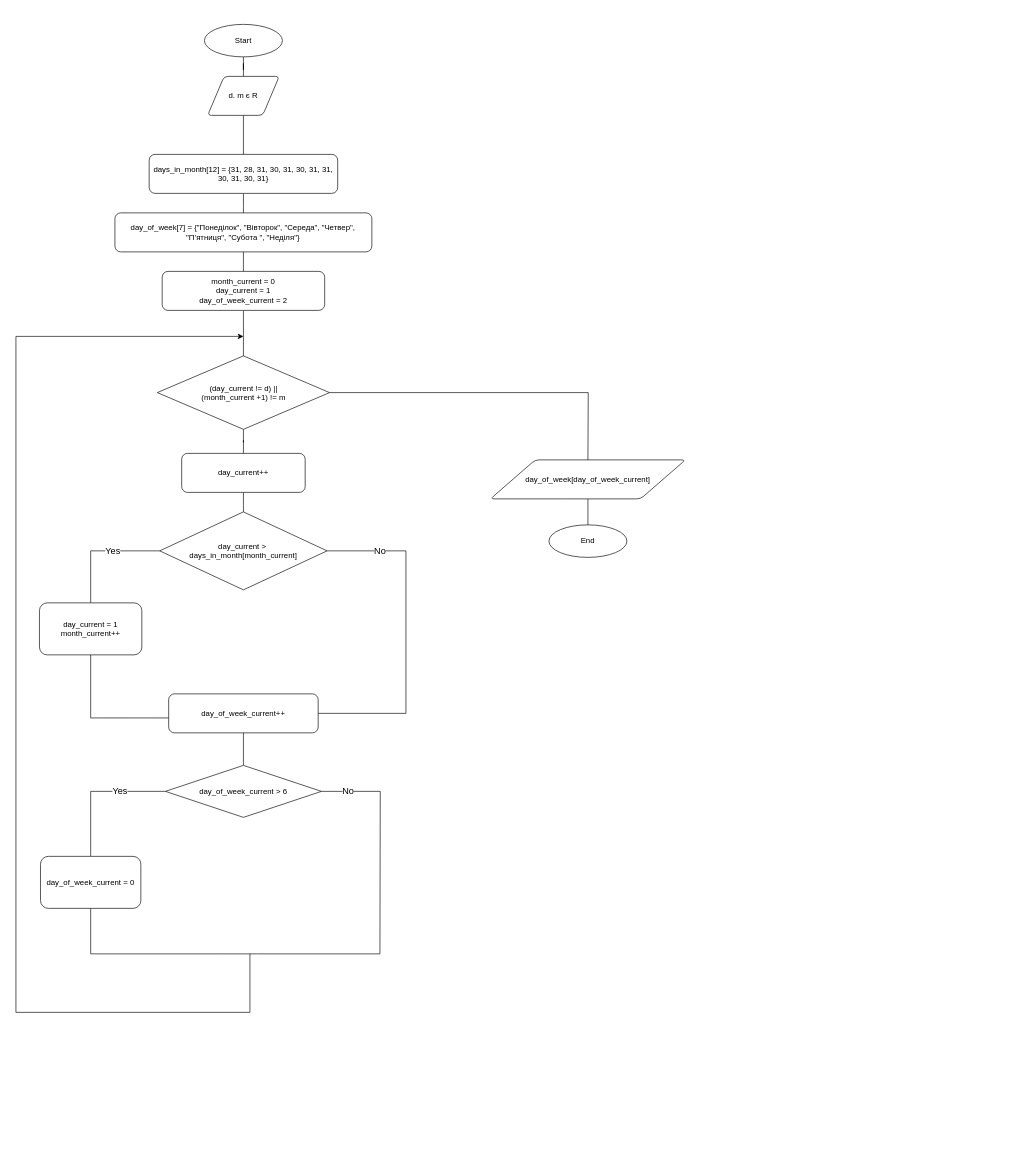
Earlier version of the draw.io diagram lab-1/Task_2/Diagram_2task.drawio (alevlon/ads-onasenko-kp12). Source tidied: cells renumbered, new cells numbered last; positions are measured from the earlier drawing's top-left corner, leaving out a move shared by most shapes. Both pictures are drawn from the tidied source at 65%, with x=0, y=0 at pixel (16, 24).
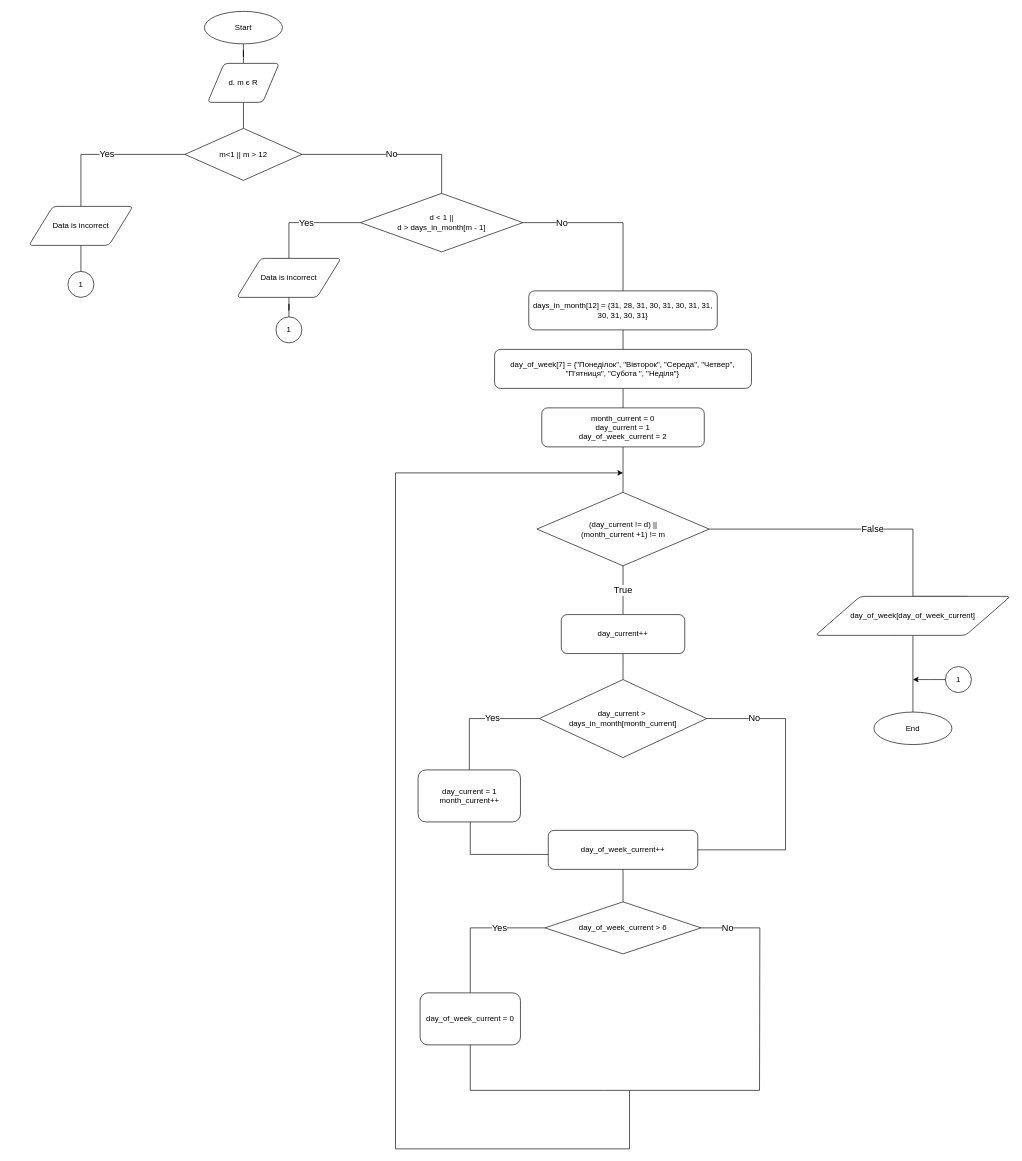
After the change.

What changed in the source:
```diff
@@
     <mxCell id="3" value="Start" style="ellipse;whiteSpace=wrap;html=1;" parent="1" vertex="1">
-      <mxGeometry x="290" width="120" height="50" as="geometry" />
+      <mxGeometry x="290" y="-20" width="120" height="50" as="geometry" />
     </mxCell>
-    <mxCell id="4" style="edgeStyle=orthogonalEdgeStyle;rounded=0;jettySize=auto;html=1;endArrow=none;endFill=0;" parent="1" edge="1" source="5" target="7">
-      <mxGeometry relative="1" as="geometry" />
-    </mxCell>
+    <mxCell id="37" style="edgeStyle=orthogonalEdgeStyle;rounded=0;jettySize=auto;html=1;endArrow=none;endFill=0;" parent="1" edge="1" source="5" target="40">
+      <mxGeometry relative="1" as="geometry" />
+    </mxCell>
     <mxCell id="5" value="d. m є R" style="shape=parallelogram;html=1;strokeWidth=1;perimeter=parallelogramPerimeter;whiteSpace=wrap;rounded=1;arcSize=12;size=0.23;" parent="1" vertex="1">
-      <mxGeometry x="295" y="80" width="110" height="60" as="geometry" />
+      <mxGeometry x="295" y="60" width="110" height="60" as="geometry" />
     </mxCell>
@@
     <mxCell id="7" value="days_in_month[12] = {31, 28, 31, 30, 31, 30, 31, 31, 30, 31, 30, 31}" style="rounded=1;whiteSpace=wrap;html=1;" parent="1" vertex="1">
-      <mxGeometry x="205" y="200" width="290" height="60" as="geometry" />
+      <mxGeometry x="789" y="410" width="290" height="60" as="geometry" />
     </mxCell>
@@
     <mxCell id="9" value="day_of_week[7] = {&quot;Понедiлок&quot;, &quot;Вiвторок&quot;, &quot;Середа&quot;, &quot;Четвер&quot;, &quot;П’ятниця&quot;, &quot;Субота &quot;, &quot;Недiля&quot;}" style="rounded=1;whiteSpace=wrap;html=1;" parent="1" vertex="1">
-      <mxGeometry x="152.3" y="290" width="395.3" height="60" as="geometry" />
+      <mxGeometry x="736.4" y="500" width="395.3" height="60" as="geometry" />
     </mxCell>
@@
     <mxCell id="11" value="month_current = 0&lt;br&gt;day_current = 1&lt;br&gt;day_of_week_current = 2" style="rounded=1;whiteSpace=wrap;html=1;" parent="1" vertex="1">
-      <mxGeometry x="225" y="380" width="250" height="60" as="geometry" />
+      <mxGeometry x="809" y="590" width="250" height="60" as="geometry" />
     </mxCell>
-    <mxCell id="12" style="edgeStyle=orthogonalEdgeStyle;rounded=0;jettySize=auto;html=1;endArrow=none;endFill=0;" parent="1" edge="1" source="14" target="16">
-      <mxGeometry relative="1" as="geometry" />
+    <mxCell id="12" value="&lt;font style=&quot;font-size: 14px&quot;&gt;True&lt;/font&gt;" style="edgeStyle=orthogonalEdgeStyle;rounded=0;jettySize=auto;html=1;endArrow=none;endFill=0;" parent="1" edge="1" source="14" target="16">
+      <mxGeometry relative="1" as="geometry">
+        <Array as="points">
+          <mxPoint x="934" y="858" />
+          <mxPoint x="934" y="858" />
+        </Array>
+      </mxGeometry>
     </mxCell>
-    <mxCell id="13" style="edgeStyle=orthogonalEdgeStyle;rounded=0;jettySize=auto;html=1;endArrow=none;endFill=0;" parent="1" edge="1" source="14">
+    <mxCell id="13" value="&lt;font style=&quot;font-size: 14px&quot;&gt;False&lt;/font&gt;" style="edgeStyle=orthogonalEdgeStyle;rounded=0;jettySize=auto;html=1;endArrow=none;endFill=0;" parent="1" edge="1" source="14">
       <mxGeometry relative="1" as="geometry">
-        <mxPoint x="880" y="670" as="targetPoint" />
+        <mxPoint x="1464" y="880" as="targetPoint" />
+        <Array as="points">
+          <mxPoint x="1380" y="777" />
+          <mxPoint x="1380" y="880" />
+        </Array>
       </mxGeometry>
     </mxCell>
     <mxCell id="14" value="(day_current != d) ||&lt;br&gt;(month_current +1) != m" style="rhombus;whiteSpace=wrap;html=1;" parent="1" vertex="1">
-      <mxGeometry x="217.5" y="510" width="265" height="113" as="geometry" />
+      <mxGeometry x="801.5" y="720" width="265" height="113" as="geometry" />
     </mxCell>
@@
     <mxCell id="16" value="day_current++" style="rounded=1;whiteSpace=wrap;html=1;" parent="1" vertex="1">
-      <mxGeometry x="255" y="660" width="190" height="60" as="geometry" />
+      <mxGeometry x="839" y="908" width="190" height="60" as="geometry" />
     </mxCell>
@@
     <mxCell id="18" value="&lt;font style=&quot;font-size: 14px&quot;&gt;No&lt;/font&gt;" style="edgeStyle=orthogonalEdgeStyle;rounded=0;jettySize=auto;html=1;endArrow=none;endFill=0;" parent="1" edge="1" source="19" target="23">
       <mxGeometry x="-0.68" relative="1" as="geometry">
         <Array as="points">
-          <mxPoint x="600" y="810" />
-          <mxPoint x="600" y="1060" />
+          <mxPoint x="1184" y="1068" />
+          <mxPoint x="1184" y="1270" />
         </Array>
       </mxGeometry>
     </mxCell>
     <mxCell id="19" value="day_current &amp;gt;&amp;nbsp;&lt;br&gt;days_in_month[month_current]" style="rhombus;whiteSpace=wrap;html=1;" parent="1" vertex="1">
-      <mxGeometry x="221.2" y="750" width="257.5" height="120" as="geometry" />
+      <mxGeometry x="805.2" y="1008" width="257.5" height="120" as="geometry" />
     </mxCell>
     <mxCell id="20" style="edgeStyle=orthogonalEdgeStyle;rounded=0;jettySize=auto;html=1;entryX=0;entryY=0.617;entryDx=0;entryDy=0;entryPerimeter=0;endArrow=none;endFill=0;" parent="1" edge="1" source="21" target="23">
       <mxGeometry relative="1" as="geometry">
         <Array as="points">
-          <mxPoint x="115" y="1067" />
+          <mxPoint x="699" y="1277" />
         </Array>
       </mxGeometry>
     </mxCell>
     <mxCell id="21" value="day_current = 1&lt;br&gt;month_current++" style="rounded=1;whiteSpace=wrap;html=1;" parent="1" vertex="1">
-      <mxGeometry x="36.2" y="890" width="157.5" height="80" as="geometry" />
+      <mxGeometry x="618.7" y="1147" width="157.5" height="80" as="geometry" />
     </mxCell>
@@
     <mxCell id="23" value="day_of_week_current++" style="rounded=1;whiteSpace=wrap;html=1;" parent="1" vertex="1">
-      <mxGeometry x="235" y="1030" width="230" height="60" as="geometry" />
+      <mxGeometry x="819" y="1240" width="230" height="60" as="geometry" />
     </mxCell>
@@
     <mxCell id="25" value="&lt;font style=&quot;font-size: 14px&quot;&gt;No&lt;/font&gt;" style="edgeStyle=orthogonalEdgeStyle;rounded=0;jettySize=auto;html=1;endArrow=none;endFill=0;" parent="1" edge="1" source="26">
       <mxGeometry x="-0.76" relative="1" as="geometry">
-        <mxPoint x="560" y="1430" as="targetPoint" />
+        <mxPoint x="1144" y="1640" as="targetPoint" />
       </mxGeometry>
     </mxCell>
     <mxCell id="26" value="day_of_week_current &amp;gt; 6" style="rhombus;whiteSpace=wrap;html=1;" parent="1" vertex="1">
-      <mxGeometry x="230" y="1140" width="240" height="80" as="geometry" />
+      <mxGeometry x="814" y="1350" width="240" height="80" as="geometry" />
     </mxCell>
     <mxCell id="27" style="edgeStyle=orthogonalEdgeStyle;rounded=0;jettySize=auto;html=1;endArrow=none;endFill=0;" parent="1" edge="1" source="28">
       <mxGeometry relative="1" as="geometry">
-        <mxPoint x="370" y="1430" as="targetPoint" />
+        <mxPoint x="954" y="1640" as="targetPoint" />
         <Array as="points">
-          <mxPoint x="115" y="1430" />
-          <mxPoint x="320" y="1430" />
+          <mxPoint x="699" y="1640" />
+          <mxPoint x="904" y="1640" />
         </Array>
       </mxGeometry>
     </mxCell>
     <mxCell id="28" value="day_of_week_current = 0" style="rounded=1;whiteSpace=wrap;html=1;" parent="1" vertex="1">
-      <mxGeometry x="37.8" y="1280" width="154.4" height="80" as="geometry" />
+      <mxGeometry x="621.8" y="1490" width="154.4" height="80" as="geometry" />
     </mxCell>
     <mxCell id="29" style="endArrow=none;html=1;" parent="1" edge="1">
       <mxGeometry relative="1" as="geometry">
-        <mxPoint x="370" y="1430" as="sourcePoint" />
-        <mxPoint x="560" y="1430" as="targetPoint" />
+        <mxPoint x="954" y="1640" as="sourcePoint" />
+        <mxPoint x="1144" y="1640" as="targetPoint" />
       </mxGeometry>
     </mxCell>
     <mxCell id="30" style="endArrow=none;html=1;" parent="1" edge="1">
       <mxGeometry relative="1" as="geometry">
-        <mxPoint x="360" y="1520" as="sourcePoint" />
-        <mxPoint x="360" y="1430" as="targetPoint" />
+        <mxPoint x="944" y="1730" as="sourcePoint" />
+        <mxPoint x="944" y="1640" as="targetPoint" />
       </mxGeometry>
     </mxCell>
     <mxCell id="31" style="endArrow=none;html=1;" parent="1" edge="1">
       <mxGeometry relative="1" as="geometry">
-        <mxPoint y="1520" as="sourcePoint" />
-        <mxPoint x="360" y="1520" as="targetPoint" />
+        <mxPoint x="584" y="1730" as="sourcePoint" />
+        <mxPoint x="944" y="1730" as="targetPoint" />
       </mxGeometry>
     </mxCell>
     <mxCell id="32" style="endArrow=none;html=1;" parent="1" edge="1">
       <mxGeometry relative="1" as="geometry">
-        <mxPoint y="1520" as="sourcePoint" />
-        <mxPoint y="480" as="targetPoint" />
+        <mxPoint x="584" y="1730" as="sourcePoint" />
+        <mxPoint x="584" y="690" as="targetPoint" />
       </mxGeometry>
     </mxCell>
     <mxCell id="33" style="endArrow=classic;html=1;endFill=1;" parent="1" edge="1">
       <mxGeometry relative="1" as="geometry">
-        <mxPoint y="480" as="sourcePoint" />
-        <mxPoint x="350" y="480" as="targetPoint" />
+        <mxPoint x="584" y="690" as="sourcePoint" />
+        <mxPoint x="934" y="690" as="targetPoint" />
       </mxGeometry>
     </mxCell>
@@
     <mxCell id="35" value="day_of_week[day_of_week_current]" style="shape=parallelogram;html=1;strokeWidth=1;perimeter=parallelogramPerimeter;whiteSpace=wrap;rounded=1;arcSize=12;size=0.23;" parent="1" vertex="1">
-      <mxGeometry x="730" y="670" width="300" height="60" as="geometry" />
+      <mxGeometry x="1230" y="880" width="300" height="60" as="geometry" />
     </mxCell>
     <mxCell id="36" value="End" style="ellipse;whiteSpace=wrap;html=1;" parent="1" vertex="1">
-      <mxGeometry x="820" y="770" width="120" height="50" as="geometry" />
+      <mxGeometry x="1320" y="1058" width="120" height="50" as="geometry" />
     </mxCell>
+    <mxCell id="38" value="&lt;font style=&quot;font-size: 14px&quot;&gt;Yes&lt;/font&gt;" style="edgeStyle=orthogonalEdgeStyle;rounded=0;jettySize=auto;html=1;endArrow=none;endFill=0;" parent="1" edge="1" source="40" target="44">
+      <mxGeometry relative="1" as="geometry" />
+    </mxCell>
+    <mxCell id="39" value="&lt;font style=&quot;font-size: 14px&quot;&gt;No&lt;/font&gt;" style="edgeStyle=orthogonalEdgeStyle;rounded=0;jettySize=auto;html=1;endArrow=none;endFill=0;" parent="1" edge="1" source="40" target="48">
+      <mxGeometry relative="1" as="geometry" />
+    </mxCell>
+    <mxCell id="40" value="m&amp;lt;1 || m &amp;gt; 12" style="rhombus;whiteSpace=wrap;html=1;" parent="1" vertex="1">
+      <mxGeometry x="260" y="160" width="180" height="80" as="geometry" />
+    </mxCell>
+    <mxCell id="41" style="edgeStyle=orthogonalEdgeStyle;rounded=0;jettySize=auto;html=1;endArrow=classic;endFill=1;" parent="1" edge="1" source="42">
+      <mxGeometry relative="1" as="geometry">
+        <mxPoint x="1380" y="1008" as="targetPoint" />
+      </mxGeometry>
+    </mxCell>
+    <mxCell id="42" value="1" style="ellipse;whiteSpace=wrap;html=1;" parent="1" vertex="1">
+      <mxGeometry x="1430" y="988" width="40" height="40" as="geometry" />
+    </mxCell>
+    <mxCell id="43" style="edgeStyle=orthogonalEdgeStyle;rounded=0;jettySize=auto;html=1;endArrow=none;endFill=0;" parent="1" edge="1" source="44" target="45">
+      <mxGeometry relative="1" as="geometry" />
+    </mxCell>
+    <mxCell id="44" value="Data is incorrect" style="shape=parallelogram;html=1;strokeWidth=1;perimeter=parallelogramPerimeter;whiteSpace=wrap;rounded=1;arcSize=12;size=0.23;" parent="1" vertex="1">
+      <mxGeometry x="20" y="280" width="160" height="60" as="geometry" />
+    </mxCell>
+    <mxCell id="45" value="1" style="ellipse;whiteSpace=wrap;html=1;" parent="1" vertex="1">
+      <mxGeometry x="80" y="380" width="40" height="40" as="geometry" />
+    </mxCell>
+    <mxCell id="46" value="&lt;font style=&quot;font-size: 14px&quot;&gt;Yes&lt;/font&gt;" style="edgeStyle=orthogonalEdgeStyle;rounded=0;jettySize=auto;html=1;endArrow=none;endFill=0;" parent="1" edge="1" source="48" target="49">
+      <mxGeometry relative="1" as="geometry" />
+    </mxCell>
+    <mxCell id="47" value="&lt;font style=&quot;font-size: 14px&quot;&gt;No&lt;/font&gt;" style="edgeStyle=orthogonalEdgeStyle;rounded=0;jettySize=auto;html=1;endArrow=none;endFill=0;" parent="1" edge="1" source="48" target="7">
+      <mxGeometry x="-0.54" relative="1" as="geometry" />
+    </mxCell>
+    <mxCell id="48" value="d &amp;lt; 1 || &lt;br&gt;d &amp;gt; days_in_month[m - 1]" style="rhombus;whiteSpace=wrap;html=1;" parent="1" vertex="1">
+      <mxGeometry x="530" y="260" width="250" height="90" as="geometry" />
+    </mxCell>
+    <mxCell id="49" value="Data is incorrect" style="shape=parallelogram;html=1;strokeWidth=1;perimeter=parallelogramPerimeter;whiteSpace=wrap;rounded=1;arcSize=12;size=0.23;" parent="1" vertex="1">
+      <mxGeometry x="340" y="360" width="160" height="60" as="geometry" />
+    </mxCell>
+    <mxCell id="50" style="edgeStyle=orthogonalEdgeStyle;rounded=0;jettySize=auto;html=1;endArrow=none;endFill=0;" parent="1" edge="1" source="51" target="49">
+      <mxGeometry relative="1" as="geometry" />
+    </mxCell>
+    <mxCell id="51" value="1" style="ellipse;whiteSpace=wrap;html=1;" parent="1" vertex="1">
+      <mxGeometry x="400" y="450" width="40" height="40" as="geometry" />
+    </mxCell>
```
